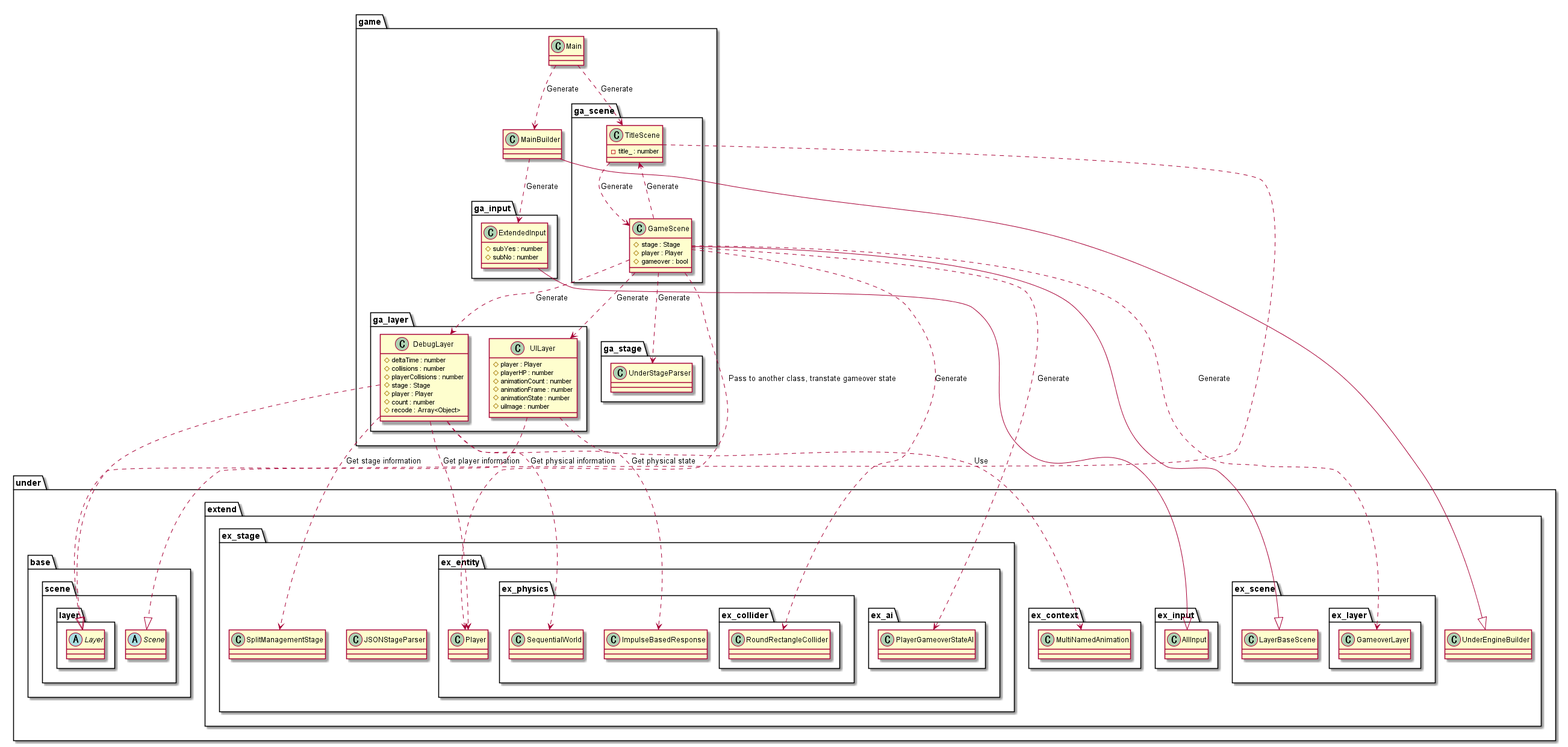
Expine/Under keeps this PlantUML diagram as out/uml/gamebase/Game/GameBaseGame.png. Above is the earlier version.
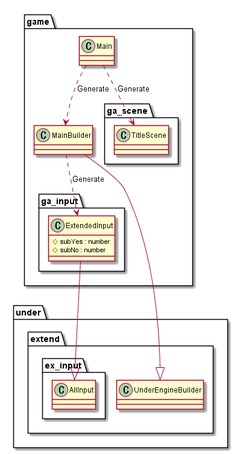
Above is the later version.

The edit, as a diff of the source:
```diff
@@ -9,85 +9,20 @@
             #subNo : number
         }
     }
-    package ga_layer {
-        class DebugLayer {
-            #deltaTime : number
-            #collisions : number
-            #playerCollisions : number
-            #stage : Stage
-            #player : Player
-            #count : number
-            #recode : Array<Object>
-        }
-        class UILayer {
-            #player : Player
-            #playerHP : number
-            #animationCount : number
-            #animationFrame : number
-            #animationState : number
-            #uiImage : number
-        }
-    }
-    package ga_scene {
-        class TitleScene {
-            -title_ : number
-        }
-        class GameScene {
-            #stage : Stage
-            #player : Player
-            #gameover : bool
-        }
-    }
 }
 
 package under {
-    package base {
-        package scene {
-            abstract Scene
-            package layer {
-                abstract Layer
-            }
-        }
-    }
-
     package extend {
         class UnderEngineBuilder
-        package ex_context {
-            class MultiNamedAnimation
-        }
-        package ex_scene {
-            class LayerBaseScene
-            package ex_layer {
-                class GameoverLayer
-            }
-        }
         package ex_input {
             class AllInput
-        }
-        package ex_stage {
-            class JSONStageParser
-            class SplitManagementStage
-            package ex_entity {
-                class Player
-                package ex_ai {
-                    class PlayerGameoverStateAI
-
-                }
-                package ex_physics {
-                    class SequentialWorld
-                    class ImpulseBasedResponse
-                    package ex_collider {
-                        class RoundRectangleCollider
-                    }
-                }
-            }
         }
     }
 }
 
 package game {
-    package ga_stage {
-        class UnderStageParser
+    package ga_scene {
+        class TitleScene
     }
 }
 
@@ -96,28 +31,7 @@
 Main ..> TitleScene : Generate
 MainBuilder ..> ExtendedInput : Generate
 
-TitleScene ..> GameScene : Generate
-GameScene ..> UnderStageParser : Generate
-GameScene ..> DebugLayer : Generate
-GameScene ..> UILayer : Generate
-GameScene ..> GameoverLayer : Generate
-GameScene ..> Player : Pass to another class, transtate gameover state
-GameScene ..> PlayerGameoverStateAI : Generate
-GameScene ..> RoundRectangleCollider : Generate
-GameScene ..> TitleScene : Generate
-
-DebugLayer ..> Player : Get player information
-DebugLayer ..> ImpulseBasedResponse : Get physical state
-DebugLayer ..> SplitManagementStage : Get stage information
-DebugLayer ..> SequentialWorld : Get physical information
-
-UILayer ..> MultiNamedAnimation : Use
-
 MainBuilder --|> UnderEngineBuilder
 ExtendedInput --|> AllInput
-TitleScene ..|> Scene
-GameScene --|> LayerBaseScene
-DebugLayer ..|> Layer
-UILayer ..|> Layer
 
 @enduml
```
